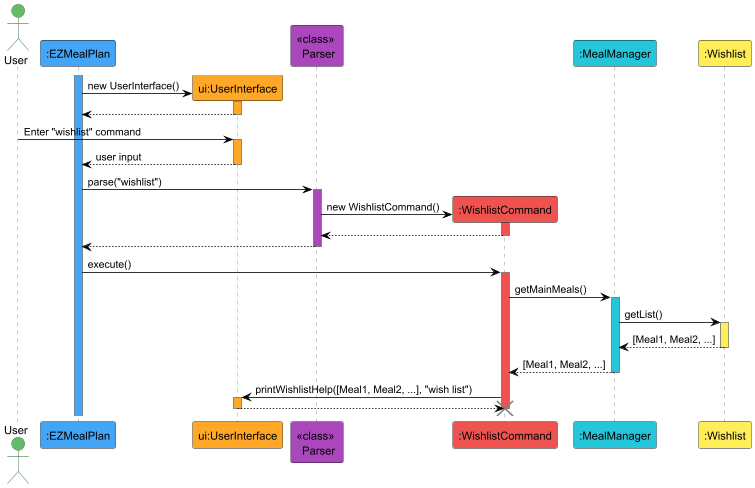
wentuoc/tp keeps this PlantUML diagram as docs/diagrams/WishlistCommand.png. Above is the earlier version.
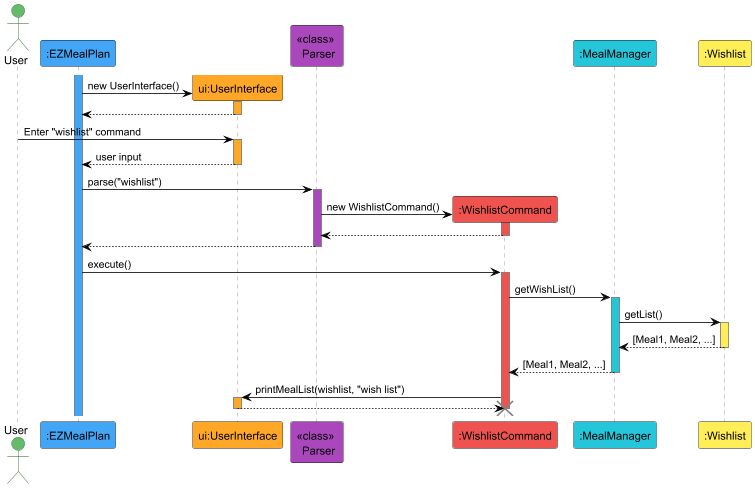
Later version of the same file.

Commit message:
change corret method name

Change to the diagram source:
```diff
@@ -41,7 +41,7 @@
 EZ -> LC: execute()
 activate LC #EF5350
 
-LC -> MM: getMainMeals()
+LC -> MM: getWishList()
 activate MM #26C6DA
 
 MM -> ML: getList()
@@ -53,7 +53,7 @@
 MM --> LC: [Meal1, Meal2, ...]
 deactivate MM
 
-LC -> UI: printWishlistHelp([Meal1, Meal2, ...], "wish list")
+LC -> UI: printMealList(wishlist, "wish list")
 activate UI #FFA726
 UI --> LC
 deactivate UI
```
